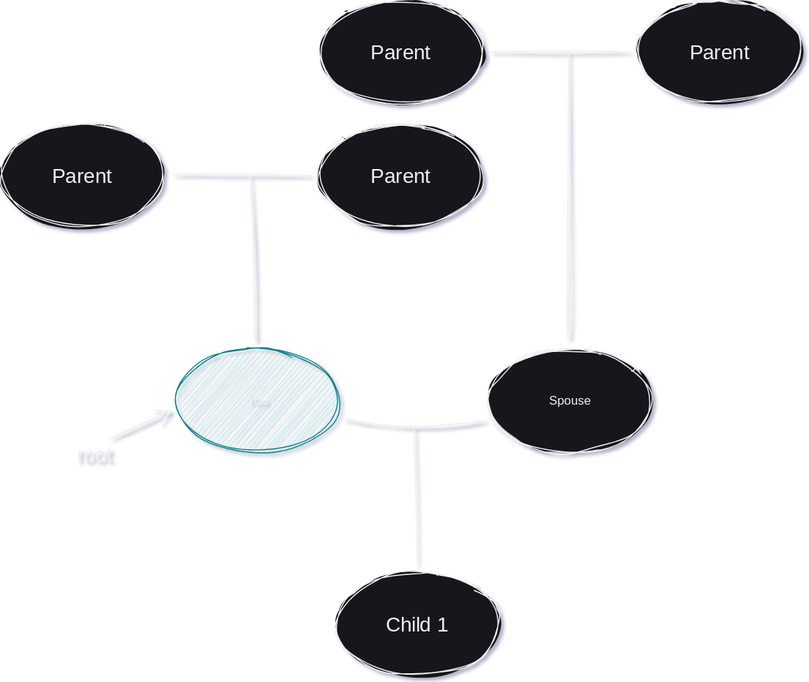
This is fig/first_sketch.drawio.svg from aldekal/famapi, a draw.io export, as it was before one commit. Source tidied: cells renumbered, new cells last; positions are measured from the earlier drawing's top-left corner, leaving out a move shared by most shapes.
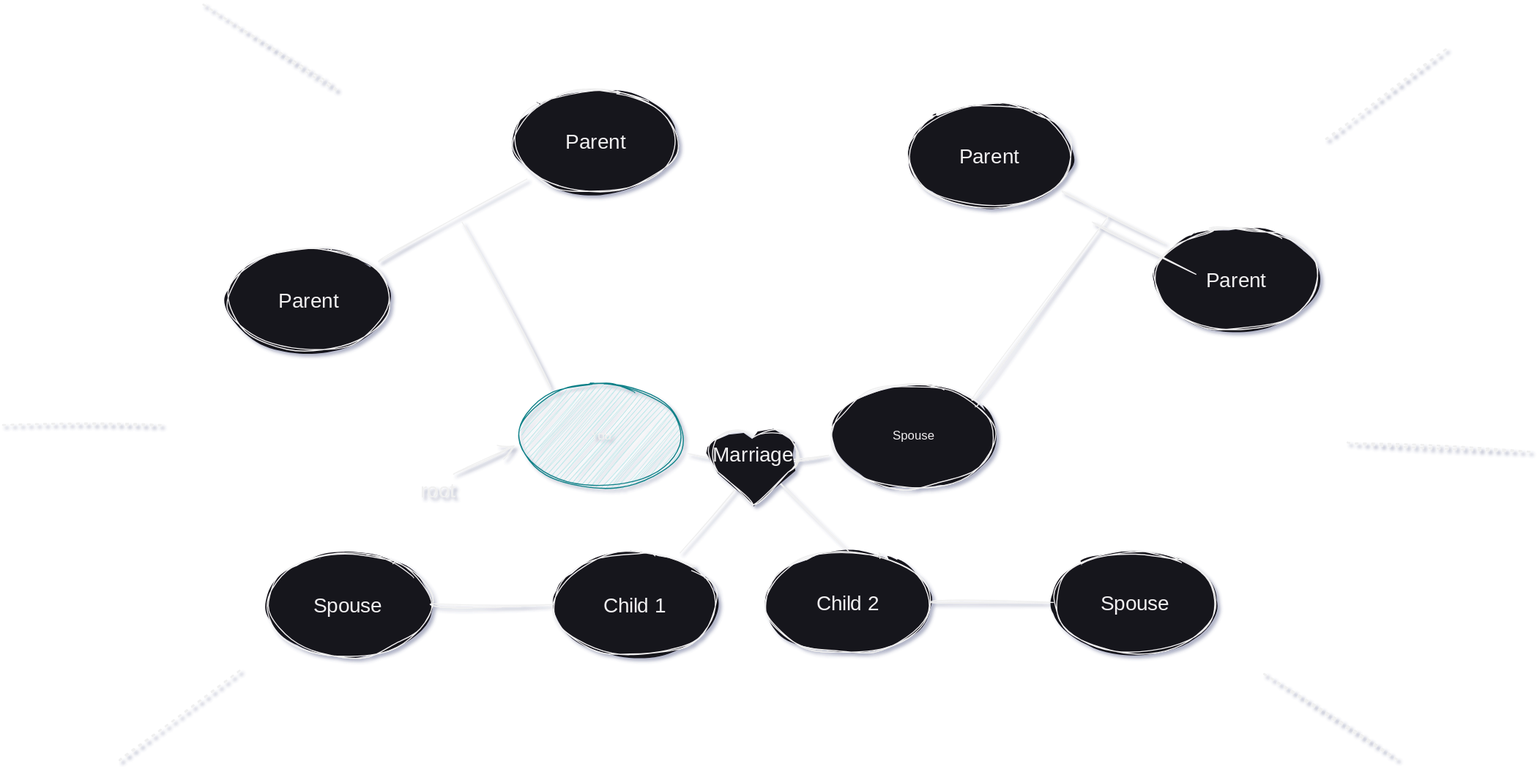
After the change.

Commit message:
sketch modi

Diff of the diagram source:
```diff
@@ -9,9 +9,9 @@
         </Array>
       </mxGeometry>
     </mxCell>
-    <mxCell id="3" style="edgeStyle=none;curved=1;rounded=0;sketch=1;hachureGap=4;jiggle=2;curveFitting=1;jettySize=auto;html=1;fontFamily=Architects Daughter;fontSource=https%3A%2F%2Ffonts.googleapis.com%2Fcss%3Ffamily%3DArchitects%2BDaughter;fontSize=16;endArrow=none;startSize=14;endSize=14;sourcePerimeterSpacing=8;targetPerimeterSpacing=8;endFill=0;" parent="1" edge="1" source="4">
+    <mxCell id="3" style="edgeStyle=none;curved=1;rounded=0;sketch=1;hachureGap=4;jiggle=2;curveFitting=1;jettySize=auto;html=1;fontFamily=Architects Daughter;fontSource=https%3A%2F%2Ffonts.googleapis.com%2Fcss%3Ffamily%3DArchitects%2BDaughter;fontSize=16;endArrow=none;startSize=14;endSize=14;sourcePerimeterSpacing=8;targetPerimeterSpacing=8;endFill=0;exitX=0.19;exitY=0.03;exitDx=0;exitDy=0;exitPerimeter=0;" parent="1" edge="1" source="4">
       <mxGeometry relative="1" as="geometry">
-        <mxPoint x="243" y="171" as="targetPoint" />
+        <mxPoint x="115" y="182" as="targetPoint" />
       </mxGeometry>
     </mxCell>
     <mxCell id="4" value="You" style="ellipse;whiteSpace=wrap;html=1;sketch=1;curveFitting=1;jiggle=2;fillColor=#b0e3e6;strokeColor=#0e8088;" parent="1" vertex="1">
@@ -29,10 +29,10 @@
       <mxGeometry relative="1" as="geometry" />
     </mxCell>
     <mxCell id="8" value="Parent" style="ellipse;whiteSpace=wrap;html=1;sketch=1;curveFitting=1;jiggle=2;hachureGap=4;fontFamily=Architects Daughter;fontSource=https%3A%2F%2Ffonts.googleapis.com%2Fcss%3Ffamily%3DArchitects%2BDaughter;fontSize=20;" parent="1" vertex="1">
-      <mxGeometry y="121" width="160" height="100" as="geometry" />
+      <mxGeometry x="-114" y="208" width="160" height="100" as="geometry" />
     </mxCell>
     <mxCell id="9" value="Parent" style="ellipse;whiteSpace=wrap;html=1;sketch=1;curveFitting=1;jiggle=2;hachureGap=4;fontFamily=Architects Daughter;fontSource=https%3A%2F%2Ffonts.googleapis.com%2Fcss%3Ffamily%3DArchitects%2BDaughter;fontSize=20;" parent="1" vertex="1">
-      <mxGeometry x="311" y="121" width="160" height="100" as="geometry" />
+      <mxGeometry x="166" y="53" width="160" height="100" as="geometry" />
     </mxCell>
     <mxCell id="10" style="edgeStyle=none;curved=1;rounded=0;sketch=1;hachureGap=4;jiggle=2;curveFitting=1;jettySize=auto;html=1;exitX=0.75;exitY=0;exitDx=0;exitDy=0;entryX=-0.025;entryY=0.587;entryDx=0;entryDy=0;entryPerimeter=0;fontFamily=Architects Daughter;fontSource=https%3A%2F%2Ffonts.googleapis.com%2Fcss%3Ffamily%3DArchitects%2BDaughter;fontSize=16;endArrow=open;startSize=14;endSize=14;sourcePerimeterSpacing=8;targetPerimeterSpacing=8;" parent="1" edge="1" source="11" target="4">
       <mxGeometry relative="1" as="geometry" />
@@ -40,23 +40,90 @@
     <mxCell id="11" value="root" style="text;strokeColor=none;fillColor=none;html=1;align=center;verticalAlign=middle;whiteSpace=wrap;rounded=0;fontSize=20;fontFamily=Architects Daughter;" parent="1" vertex="1">
       <mxGeometry x="62" y="428" width="60" height="30" as="geometry" />
     </mxCell>
-    <mxCell id="12" style="edgeStyle=none;curved=1;rounded=0;sketch=1;hachureGap=4;jiggle=2;curveFitting=1;orthogonalLoop=1;jettySize=auto;html=1;fontFamily=Architects Daughter;fontSource=https%3A%2F%2Ffonts.googleapis.com%2Fcss%3Ffamily%3DArchitects%2BDaughter;fontSize=16;endArrow=none;startSize=14;endSize=14;sourcePerimeterSpacing=8;targetPerimeterSpacing=8;endFill=0;" parent="1" edge="1">
+    <mxCell id="12" style="edgeStyle=none;curved=1;rounded=0;sketch=1;hachureGap=4;jiggle=2;curveFitting=1;jettySize=auto;html=1;fontFamily=Architects Daughter;fontSource=https%3A%2F%2Ffonts.googleapis.com%2Fcss%3Ffamily%3DArchitects%2BDaughter;fontSize=16;endArrow=none;startSize=14;endSize=14;sourcePerimeterSpacing=8;targetPerimeterSpacing=8;endFill=0;exitX=1;exitY=0;exitDx=0;exitDy=0;" parent="1" edge="1" source="6">
       <mxGeometry relative="1" as="geometry">
-        <mxPoint x="554" y="330" as="sourcePoint" />
-        <mxPoint x="554" y="50" as="targetPoint" />
+        <mxPoint x="745" y="177" as="targetPoint" />
       </mxGeometry>
     </mxCell>
     <mxCell id="13" style="edgeStyle=none;curved=1;rounded=0;sketch=1;hachureGap=4;jiggle=2;curveFitting=1;jettySize=auto;html=1;fontFamily=Architects Daughter;fontSource=https%3A%2F%2Ffonts.googleapis.com%2Fcss%3Ffamily%3DArchitects%2BDaughter;fontSize=16;endArrow=none;startSize=14;endSize=14;sourcePerimeterSpacing=8;targetPerimeterSpacing=8;endFill=0;" parent="1" edge="1" source="14" target="15">
       <mxGeometry relative="1" as="geometry" />
     </mxCell>
     <mxCell id="14" value="Parent" style="ellipse;whiteSpace=wrap;html=1;sketch=1;curveFitting=1;jiggle=2;hachureGap=4;fontFamily=Architects Daughter;fontSource=https%3A%2F%2Ffonts.googleapis.com%2Fcss%3Ffamily%3DArchitects%2BDaughter;fontSize=20;" parent="1" vertex="1">
-      <mxGeometry x="311" width="160" height="100" as="geometry" />
+      <mxGeometry x="550" y="67" width="160" height="100" as="geometry" />
     </mxCell>
     <mxCell id="15" value="Parent" style="ellipse;whiteSpace=wrap;html=1;sketch=1;curveFitting=1;jiggle=2;hachureGap=4;fontFamily=Architects Daughter;fontSource=https%3A%2F%2Ffonts.googleapis.com%2Fcss%3Ffamily%3DArchitects%2BDaughter;fontSize=20;" parent="1" vertex="1">
-      <mxGeometry x="622" width="160" height="100" as="geometry" />
+      <mxGeometry x="791" y="188" width="160" height="100" as="geometry" />
     </mxCell>
     <mxCell id="16" value="Child 1" style="ellipse;whiteSpace=wrap;html=1;sketch=1;curveFitting=1;jiggle=2;hachureGap=4;fontFamily=Architects Daughter;fontSource=https%3A%2F%2Ffonts.googleapis.com%2Fcss%3Ffamily%3DArchitects%2BDaughter;fontSize=20;" parent="1" vertex="1">
-      <mxGeometry x="327" y="559" width="160" height="100" as="geometry" />
+      <mxGeometry x="204" y="505" width="160" height="100" as="geometry" />
     </mxCell>
+    <mxCell id="17" value="Child 2" style="ellipse;whiteSpace=wrap;html=1;sketch=1;curveFitting=1;jiggle=2;hachureGap=4;fontFamily=Architects Daughter;fontSource=https%3A%2F%2Ffonts.googleapis.com%2Fcss%3Ffamily%3DArchitects%2BDaughter;fontSize=20;" parent="1" vertex="1">
+      <mxGeometry x="412" y="503" width="160" height="100" as="geometry" />
+    </mxCell>
+    <mxCell id="18" style="edgeStyle=none;curved=1;rounded=0;sketch=1;hachureGap=4;jiggle=2;curveFitting=1;jettySize=auto;html=1;fontFamily=Architects Daughter;fontSource=https%3A%2F%2Ffonts.googleapis.com%2Fcss%3Ffamily%3DArchitects%2BDaughter;fontSize=16;endArrow=none;startSize=14;endSize=14;sourcePerimeterSpacing=8;targetPerimeterSpacing=8;endFill=0;entryX=0.5;entryY=0;entryDx=0;entryDy=0;" parent="1" edge="1" target="17">
+      <mxGeometry relative="1" as="geometry">
+        <mxPoint x="414" y="426" as="sourcePoint" />
+      </mxGeometry>
+    </mxCell>
+    <mxCell id="19" value="Spouse" style="ellipse;whiteSpace=wrap;html=1;sketch=1;curveFitting=1;jiggle=2;hachureGap=4;fontFamily=Architects Daughter;fontSource=https%3A%2F%2Ffonts.googleapis.com%2Fcss%3Ffamily%3DArchitects%2BDaughter;fontSize=20;" parent="1" vertex="1">
+      <mxGeometry x="692" y="503" width="160" height="100" as="geometry" />
+    </mxCell>
+    <mxCell id="20" value="Spouse" style="ellipse;whiteSpace=wrap;html=1;sketch=1;curveFitting=1;jiggle=2;hachureGap=4;fontFamily=Architects Daughter;fontSource=https%3A%2F%2Ffonts.googleapis.com%2Fcss%3Ffamily%3DArchitects%2BDaughter;fontSize=20;" parent="1" vertex="1">
+      <mxGeometry x="-76" y="505" width="160" height="100" as="geometry" />
+    </mxCell>
+    <mxCell id="21" style="verticalLabelPosition=bottom;verticalAlign=top;html=1;shape=mxgraph.basic.heart;sketch=1;hachureGap=4;jiggle=2;curveFitting=1;fontFamily=Architects Daughter;fontSource=https%3A%2F%2Ffonts.googleapis.com%2Fcss%3Ffamily%3DArchitects%2BDaughter;fontSize=20;" parent="1" vertex="1">
+      <mxGeometry x="354" y="383" width="90" height="75" as="geometry" />
+    </mxCell>
+    <mxCell id="22" value="Marriage" style="text;strokeColor=none;fillColor=none;html=1;align=center;verticalAlign=middle;whiteSpace=wrap;rounded=0;fontSize=20;fontFamily=Architects Daughter;" parent="1" vertex="1">
+      <mxGeometry x="381" y="398" width="36" height="19" as="geometry" />
+    </mxCell>
+    <mxCell id="23" style="edgeStyle=none;curved=1;rounded=0;sketch=1;hachureGap=4;jiggle=2;curveFitting=1;jettySize=auto;html=1;fontFamily=Architects Daughter;fontSource=https%3A%2F%2Ffonts.googleapis.com%2Fcss%3Ffamily%3DArchitects%2BDaughter;fontSize=16;endArrow=none;startSize=14;endSize=14;sourcePerimeterSpacing=8;targetPerimeterSpacing=8;endFill=0;exitX=1;exitY=0.5;exitDx=0;exitDy=0;entryX=0;entryY=0.5;entryDx=0;entryDy=0;" parent="1" edge="1" source="17" target="19">
+      <mxGeometry relative="1" as="geometry" />
+    </mxCell>
+    <mxCell id="24" style="edgeStyle=none;curved=1;rounded=0;sketch=1;hachureGap=4;jiggle=2;curveFitting=1;jettySize=auto;html=1;fontFamily=Architects Daughter;fontSource=https%3A%2F%2Ffonts.googleapis.com%2Fcss%3Ffamily%3DArchitects%2BDaughter;fontSize=16;endArrow=none;startSize=14;endSize=14;sourcePerimeterSpacing=8;targetPerimeterSpacing=8;endFill=0;exitX=1;exitY=0.5;exitDx=0;exitDy=0;entryX=0;entryY=0.5;entryDx=0;entryDy=0;" parent="1" edge="1" source="20" target="16">
+      <mxGeometry relative="1" as="geometry" />
+    </mxCell>
+    <mxCell id="25" style="endArrow=none;dashed=1;html=1;dashPattern=1 3;strokeWidth=2;rounded=0;sketch=1;hachureGap=4;jiggle=2;curveFitting=1;fontFamily=Architects Daughter;fontSource=https%3A%2F%2Ffonts.googleapis.com%2Fcss%3Ffamily%3DArchitects%2BDaughter;fontSize=16;startSize=14;endSize=14;sourcePerimeterSpacing=8;targetPerimeterSpacing=8;curved=1;" parent="1" edge="1">
+      <mxGeometry relative="1" as="geometry">
+        <mxPoint x="-219" y="707" as="sourcePoint" />
+        <mxPoint x="-100" y="618" as="targetPoint" />
+      </mxGeometry>
+    </mxCell>
+    <mxCell id="26" style="edgeStyle=none;curved=1;rounded=0;sketch=1;hachureGap=4;jiggle=2;curveFitting=1;orthogonalLoop=1;jettySize=auto;html=1;fontFamily=Architects Daughter;fontSource=https%3A%2F%2Ffonts.googleapis.com%2Fcss%3Ffamily%3DArchitects%2BDaughter;fontSize=16;endArrow=none;startSize=14;endSize=14;sourcePerimeterSpacing=8;targetPerimeterSpacing=8;endFill=0;" parent="1" edge="1">
+      <mxGeometry relative="1" as="geometry">
+        <mxPoint x="730" y="182" as="sourcePoint" />
+        <mxPoint x="831" y="233" as="targetPoint" />
+      </mxGeometry>
+    </mxCell>
+    <mxCell id="27" style="endArrow=none;dashed=1;html=1;dashPattern=1 3;strokeWidth=2;rounded=0;sketch=1;hachureGap=4;jiggle=2;curveFitting=1;fontFamily=Architects Daughter;fontSource=https%3A%2F%2Ffonts.googleapis.com%2Fcss%3Ffamily%3DArchitects%2BDaughter;fontSize=16;startSize=14;endSize=14;sourcePerimeterSpacing=8;targetPerimeterSpacing=8;curved=1;" parent="1" edge="1">
+      <mxGeometry relative="1" as="geometry">
+        <mxPoint x="1027" y="706" as="sourcePoint" />
+        <mxPoint x="893" y="620" as="targetPoint" />
+      </mxGeometry>
+    </mxCell>
+    <mxCell id="28" style="endArrow=none;dashed=1;html=1;dashPattern=1 3;strokeWidth=2;rounded=0;sketch=1;hachureGap=4;jiggle=2;curveFitting=1;fontFamily=Architects Daughter;fontSource=https%3A%2F%2Ffonts.googleapis.com%2Fcss%3Ffamily%3DArchitects%2BDaughter;fontSize=16;startSize=14;endSize=14;sourcePerimeterSpacing=8;targetPerimeterSpacing=8;curved=1;" parent="1" edge="1">
+      <mxGeometry relative="1" as="geometry">
+        <mxPoint x="958" y="101" as="sourcePoint" />
+        <mxPoint x="1077" y="12" as="targetPoint" />
+      </mxGeometry>
+    </mxCell>
+    <mxCell id="29" style="endArrow=none;dashed=1;html=1;dashPattern=1 3;strokeWidth=2;rounded=0;sketch=1;hachureGap=4;jiggle=2;curveFitting=1;fontFamily=Architects Daughter;fontSource=https%3A%2F%2Ffonts.googleapis.com%2Fcss%3Ffamily%3DArchitects%2BDaughter;fontSize=16;startSize=14;endSize=14;sourcePerimeterSpacing=8;targetPerimeterSpacing=8;curved=1;" parent="1" edge="1">
+      <mxGeometry relative="1" as="geometry">
+        <mxPoint x="-8" y="53" as="sourcePoint" />
+        <mxPoint x="-142" y="-33" as="targetPoint" />
+      </mxGeometry>
+    </mxCell>
+    <mxCell id="30" style="endArrow=none;dashed=1;html=1;dashPattern=1 3;strokeWidth=2;rounded=0;sketch=1;hachureGap=4;jiggle=2;curveFitting=1;fontFamily=Architects Daughter;fontSource=https%3A%2F%2Ffonts.googleapis.com%2Fcss%3Ffamily%3DArchitects%2BDaughter;fontSize=16;startSize=14;endSize=14;sourcePerimeterSpacing=8;targetPerimeterSpacing=8;curved=1;" parent="1" edge="1">
+      <mxGeometry relative="1" as="geometry">
+        <mxPoint x="-179" y="380" as="sourcePoint" />
+        <mxPoint x="-334" y="380" as="targetPoint" />
+      </mxGeometry>
+    </mxCell>
+    <mxCell id="31" style="endArrow=none;dashed=1;html=1;dashPattern=1 3;strokeWidth=2;rounded=0;sketch=1;hachureGap=4;jiggle=2;curveFitting=1;fontFamily=Architects Daughter;fontSource=https%3A%2F%2Ffonts.googleapis.com%2Fcss%3Ffamily%3DArchitects%2BDaughter;fontSize=16;startSize=14;endSize=14;sourcePerimeterSpacing=8;targetPerimeterSpacing=8;curved=1;" parent="1" edge="1">
+      <mxGeometry relative="1" as="geometry">
+        <mxPoint x="979" y="397" as="sourcePoint" />
+        <mxPoint x="1157" y="406" as="targetPoint" />
+      </mxGeometry>
+    </mxCell>
   </root>
 </mxGraphModel>
```
